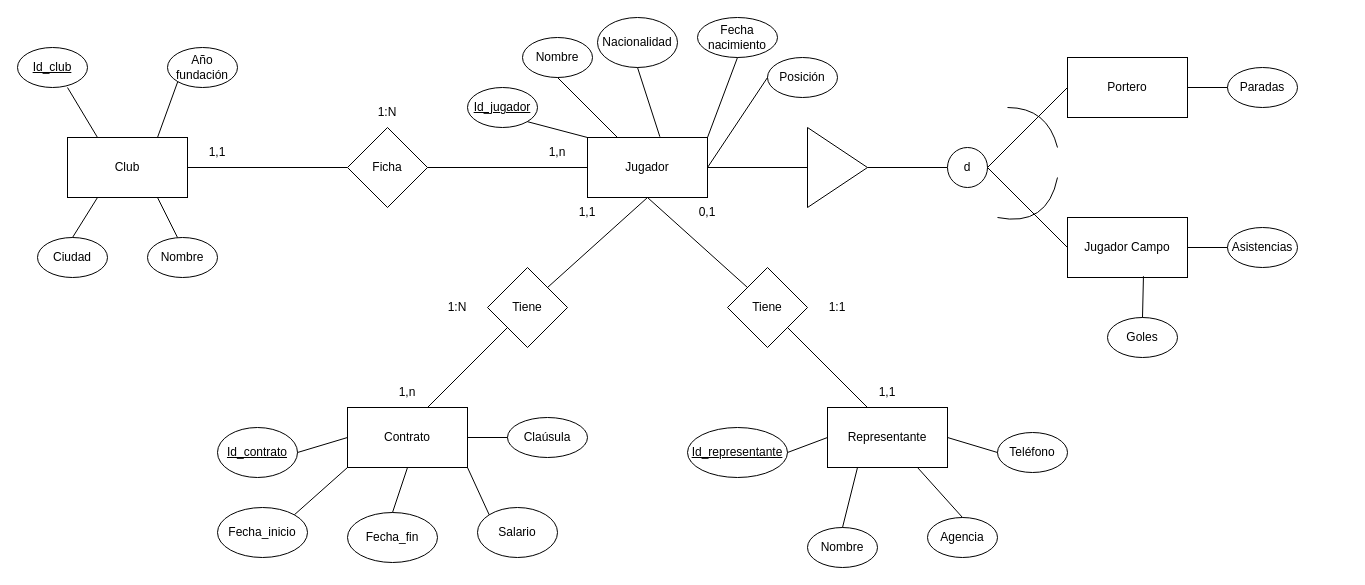
This is DiagramaReto.drawio from roulkhir/RetoGrupo6, a draw.io file, before an edit. Source tidied: cells renumbered, new cells numbered last; positions are measured from the earlier drawing's top-left corner, leaving out a move shared by most shapes. Both pictures are drawn from the tidied source at 100%, with x=0, y=0 at pixel (17, 17).
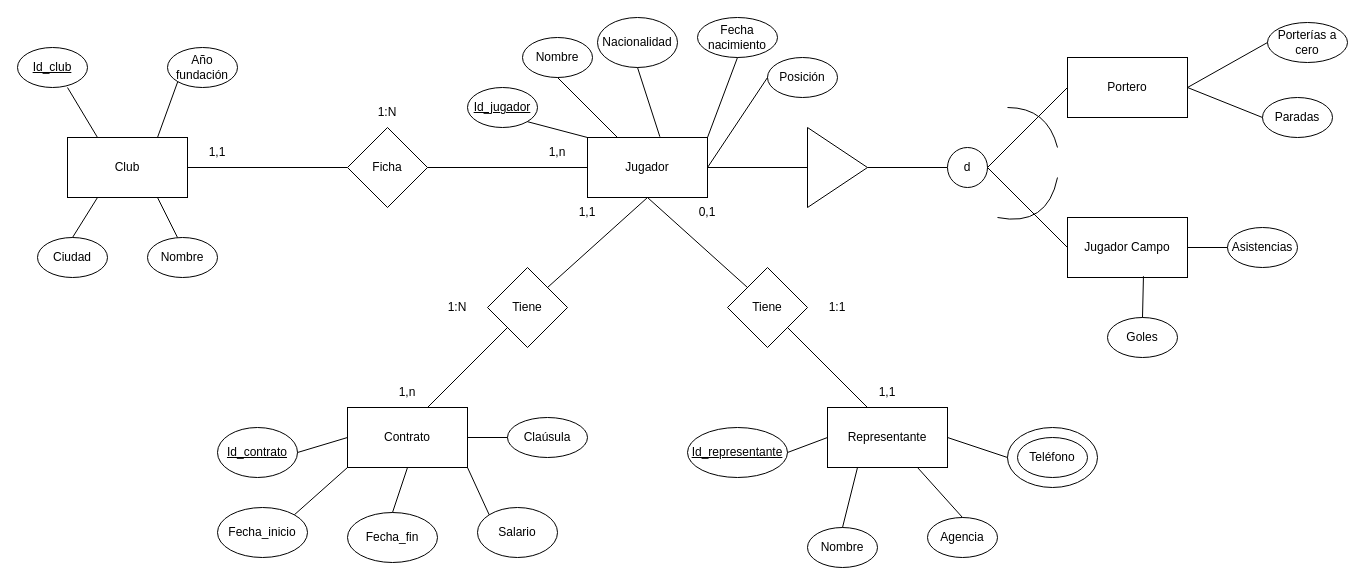
After the change.

Unchanged cells that the change refers to:
```xml
<mxCell id="5" value="Representante" style="rounded=0;whiteSpace=wrap;html=1;" parent="1" vertex="1">
  <mxGeometry x="810" y="390" width="120" height="60" as="geometry" />
</mxCell>
<mxCell id="69" value="Portero" style="rounded=0;whiteSpace=wrap;html=1;" parent="1" vertex="1">
  <mxGeometry x="1050" y="40" width="120" height="60" as="geometry" />
</mxCell>
```

Diff of the diagram source:
```diff
@@
+    <mxCell id="76" style="ellipse;whiteSpace=wrap;html=1;" parent="1" vertex="1">
+      <mxGeometry x="990" y="410" width="90" height="60" as="geometry" />
+    </mxCell>
@@
     <mxCell id="35" value="Teléfono" style="ellipse;whiteSpace=wrap;html=1;" parent="1" vertex="1">
-      <mxGeometry x="980" y="415" width="70" height="40" as="geometry" />
+      <mxGeometry x="1000" y="420" width="70" height="40" as="geometry" />
     </mxCell>
@@
-    <mxCell id="42" style="endArrow=none;html=1;rounded=0;entryX=1;entryY=0.5;entryDx=0;entryDy=0;exitX=0;exitY=0.5;exitDx=0;exitDy=0;" parent="1" edge="1" source="35" target="5">
-      <mxGeometry relative="1" as="geometry" />
+    <mxCell id="42" style="endArrow=none;html=1;rounded=0;entryX=1;entryY=0.5;entryDx=0;entryDy=0;" parent="1" edge="1" target="5">
+      <mxGeometry relative="1" as="geometry">
+        <mxPoint x="990" y="440" as="sourcePoint" />
+      </mxGeometry>
     </mxCell>
@@
     <mxCell id="74" value="Paradas" style="ellipse;whiteSpace=wrap;html=1;" parent="1" vertex="1">
-      <mxGeometry x="1210" y="50" width="70" height="40" as="geometry" />
+      <mxGeometry x="1245" y="80" width="70" height="40" as="geometry" />
     </mxCell>
@@
+    <mxCell id="77" value="Porterías a cero" style="ellipse;whiteSpace=wrap;html=1;" parent="1" vertex="1">
+      <mxGeometry x="1250" y="5" width="80" height="40" as="geometry" />
+    </mxCell>
+    <mxCell id="78" style="endArrow=none;html=1;rounded=0;exitX=1;exitY=0.5;exitDx=0;exitDy=0;entryX=0;entryY=0.5;entryDx=0;entryDy=0;" parent="1" edge="1" source="69" target="77">
+      <mxGeometry relative="1" as="geometry" />
+    </mxCell>
```
